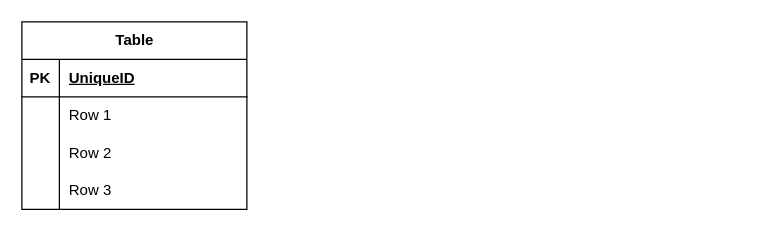
This is img/名称未設定ファイル.drawio from manato6/sample1, a draw.io file, before an edit. Source tidied: cells renumbered, new cells numbered last; positions are measured from the earlier drawing's top-left corner, leaving out a move shared by most shapes. Both pictures are drawn from the tidied source at 125%, with x=0, y=0 at pixel (21, 21).
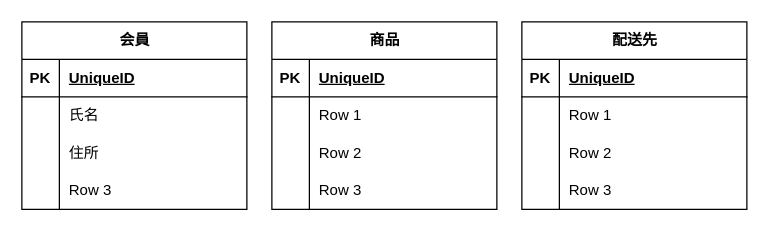
The same page after the edit.

Commit message:
名称未設定ファイル.drawio を更新します

Unchanged cells that the change refers to:
```xml
<mxCell id="6" style="shape=tableRow;horizontal=0;startSize=0;swimlaneHead=0;swimlaneBody=0;fillColor=none;top=0;left=0;right=0;bottom=0;" parent="2" vertex="1">
  <mxGeometry y="60" width="180" height="30" as="geometry" />
</mxCell>
<mxCell id="9" style="shape=tableRow;horizontal=0;startSize=0;swimlaneHead=0;swimlaneBody=0;fillColor=none;top=0;left=0;right=0;bottom=0;" parent="2" vertex="1">
  <mxGeometry y="90" width="180" height="30" as="geometry" />
</mxCell>
```

The edit, as a diff of the source:
```diff
@@
-    <mxCell id="2" value="Table" style="shape=table;startSize=30;childLayout=tableLayout;rowLines=0;fontStyle=1;align=center;html=1;" parent="1" vertex="1">
+    <mxCell id="2" value="会員" style="shape=table;startSize=30;childLayout=tableLayout;rowLines=0;fontStyle=1;align=center;html=1;" parent="1" vertex="1">
       <mxGeometry width="180" height="150" as="geometry" />
     </mxCell>
@@
-    <mxCell id="8" value="Row 1" style="shape=partialRectangle;fillColor=none;top=0;left=0;bottom=0;right=0;align=left;spacingLeft=6;overflow=hidden;whiteSpace=wrap;html=1;" parent="6" vertex="1">
+    <mxCell id="8" value="氏名" style="shape=partialRectangle;fillColor=none;top=0;left=0;bottom=0;right=0;align=left;spacingLeft=6;overflow=hidden;whiteSpace=wrap;html=1;" parent="6" vertex="1">
       <mxGeometry x="30" width="150" height="30" as="geometry" />
     </mxCell>
@@
-    <mxCell id="11" value="Row 2" style="shape=partialRectangle;fillColor=none;top=0;left=0;bottom=0;right=0;align=left;spacingLeft=6;overflow=hidden;whiteSpace=wrap;html=1;" parent="9" vertex="1">
+    <mxCell id="11" value="住所" style="shape=partialRectangle;fillColor=none;top=0;left=0;bottom=0;right=0;align=left;spacingLeft=6;overflow=hidden;whiteSpace=wrap;html=1;" parent="9" vertex="1">
       <mxGeometry x="30" width="150" height="30" as="geometry" />
     </mxCell>
@@
+    <mxCell id="15" value="商品" style="shape=table;startSize=30;childLayout=tableLayout;rowLines=0;fontStyle=1;align=center;html=1;" parent="1" vertex="1">
+      <mxGeometry x="200" width="180" height="150" as="geometry" />
+    </mxCell>
+    <mxCell id="16" style="shape=tableRow;horizontal=0;startSize=0;swimlaneHead=0;swimlaneBody=0;fillColor=none;top=0;left=0;right=0;bottom=1;" parent="15" vertex="1">
+      <mxGeometry y="30" width="180" height="30" as="geometry" />
+    </mxCell>
+    <mxCell id="17" value="PK" style="shape=partialRectangle;fillColor=none;top=0;left=0;bottom=0;right=0;fontStyle=1;overflow=hidden;whiteSpace=wrap;html=1;" parent="16" vertex="1">
+      <mxGeometry width="30" height="30" as="geometry" />
+    </mxCell>
+    <mxCell id="18" value="UniqueID" style="shape=partialRectangle;fillColor=none;top=0;left=0;bottom=0;right=0;align=left;spacingLeft=6;fontStyle=5;overflow=hidden;whiteSpace=wrap;html=1;" parent="16" vertex="1">
+      <mxGeometry x="30" width="150" height="30" as="geometry" />
+    </mxCell>
+    <mxCell id="19" style="shape=tableRow;horizontal=0;startSize=0;swimlaneHead=0;swimlaneBody=0;fillColor=none;top=0;left=0;right=0;bottom=0;" parent="15" vertex="1">
+      <mxGeometry y="60" width="180" height="30" as="geometry" />
+    </mxCell>
+    <mxCell id="20" style="shape=partialRectangle;fillColor=none;top=0;left=0;bottom=0;right=0;overflow=hidden;whiteSpace=wrap;html=1;" parent="19" vertex="1">
+      <mxGeometry width="30" height="30" as="geometry" />
+    </mxCell>
+    <mxCell id="21" value="Row 1" style="shape=partialRectangle;fillColor=none;top=0;left=0;bottom=0;right=0;align=left;spacingLeft=6;overflow=hidden;whiteSpace=wrap;html=1;" parent="19" vertex="1">
+      <mxGeometry x="30" width="150" height="30" as="geometry" />
+    </mxCell>
+    <mxCell id="22" style="shape=tableRow;horizontal=0;startSize=0;swimlaneHead=0;swimlaneBody=0;fillColor=none;top=0;left=0;right=0;bottom=0;" parent="15" vertex="1">
+      <mxGeometry y="90" width="180" height="30" as="geometry" />
+    </mxCell>
+    <mxCell id="23" style="shape=partialRectangle;fillColor=none;top=0;left=0;bottom=0;right=0;overflow=hidden;whiteSpace=wrap;html=1;" parent="22" vertex="1">
+      <mxGeometry width="30" height="30" as="geometry" />
+    </mxCell>
+    <mxCell id="24" value="Row 2" style="shape=partialRectangle;fillColor=none;top=0;left=0;bottom=0;right=0;align=left;spacingLeft=6;overflow=hidden;whiteSpace=wrap;html=1;" parent="22" vertex="1">
+      <mxGeometry x="30" width="150" height="30" as="geometry" />
+    </mxCell>
+    <mxCell id="25" style="shape=tableRow;horizontal=0;startSize=0;swimlaneHead=0;swimlaneBody=0;fillColor=none;top=0;left=0;right=0;bottom=0;" parent="15" vertex="1">
+      <mxGeometry y="120" width="180" height="30" as="geometry" />
+    </mxCell>
+    <mxCell id="26" style="shape=partialRectangle;fillColor=none;top=0;left=0;bottom=0;right=0;overflow=hidden;whiteSpace=wrap;html=1;" parent="25" vertex="1">
+      <mxGeometry width="30" height="30" as="geometry" />
+    </mxCell>
+    <mxCell id="27" value="Row 3" style="shape=partialRectangle;fillColor=none;top=0;left=0;bottom=0;right=0;align=left;spacingLeft=6;overflow=hidden;whiteSpace=wrap;html=1;" parent="25" vertex="1">
+      <mxGeometry x="30" width="150" height="30" as="geometry" />
+    </mxCell>
+    <mxCell id="28" value="配送先" style="shape=table;startSize=30;childLayout=tableLayout;rowLines=0;fontStyle=1;align=center;html=1;" parent="1" vertex="1">
+      <mxGeometry x="400" width="180" height="150" as="geometry" />
+    </mxCell>
+    <mxCell id="29" style="shape=tableRow;horizontal=0;startSize=0;swimlaneHead=0;swimlaneBody=0;fillColor=none;top=0;left=0;right=0;bottom=1;" parent="28" vertex="1">
+      <mxGeometry y="30" width="180" height="30" as="geometry" />
+    </mxCell>
+    <mxCell id="30" value="PK" style="shape=partialRectangle;fillColor=none;top=0;left=0;bottom=0;right=0;fontStyle=1;overflow=hidden;whiteSpace=wrap;html=1;" parent="29" vertex="1">
+      <mxGeometry width="30" height="30" as="geometry" />
+    </mxCell>
+    <mxCell id="31" value="UniqueID" style="shape=partialRectangle;fillColor=none;top=0;left=0;bottom=0;right=0;align=left;spacingLeft=6;fontStyle=5;overflow=hidden;whiteSpace=wrap;html=1;" parent="29" vertex="1">
+      <mxGeometry x="30" width="150" height="30" as="geometry" />
+    </mxCell>
+    <mxCell id="32" style="shape=tableRow;horizontal=0;startSize=0;swimlaneHead=0;swimlaneBody=0;fillColor=none;top=0;left=0;right=0;bottom=0;" parent="28" vertex="1">
+      <mxGeometry y="60" width="180" height="30" as="geometry" />
+    </mxCell>
+    <mxCell id="33" style="shape=partialRectangle;fillColor=none;top=0;left=0;bottom=0;right=0;overflow=hidden;whiteSpace=wrap;html=1;" parent="32" vertex="1">
+      <mxGeometry width="30" height="30" as="geometry" />
+    </mxCell>
+    <mxCell id="34" value="Row 1" style="shape=partialRectangle;fillColor=none;top=0;left=0;bottom=0;right=0;align=left;spacingLeft=6;overflow=hidden;whiteSpace=wrap;html=1;" parent="32" vertex="1">
+      <mxGeometry x="30" width="150" height="30" as="geometry" />
+    </mxCell>
+    <mxCell id="35" style="shape=tableRow;horizontal=0;startSize=0;swimlaneHead=0;swimlaneBody=0;fillColor=none;top=0;left=0;right=0;bottom=0;" parent="28" vertex="1">
+      <mxGeometry y="90" width="180" height="30" as="geometry" />
+    </mxCell>
+    <mxCell id="36" style="shape=partialRectangle;fillColor=none;top=0;left=0;bottom=0;right=0;overflow=hidden;whiteSpace=wrap;html=1;" parent="35" vertex="1">
+      <mxGeometry width="30" height="30" as="geometry" />
+    </mxCell>
+    <mxCell id="37" value="Row 2" style="shape=partialRectangle;fillColor=none;top=0;left=0;bottom=0;right=0;align=left;spacingLeft=6;overflow=hidden;whiteSpace=wrap;html=1;" parent="35" vertex="1">
+      <mxGeometry x="30" width="150" height="30" as="geometry" />
+    </mxCell>
+    <mxCell id="38" style="shape=tableRow;horizontal=0;startSize=0;swimlaneHead=0;swimlaneBody=0;fillColor=none;top=0;left=0;right=0;bottom=0;" parent="28" vertex="1">
+      <mxGeometry y="120" width="180" height="30" as="geometry" />
+    </mxCell>
+    <mxCell id="39" style="shape=partialRectangle;fillColor=none;top=0;left=0;bottom=0;right=0;overflow=hidden;whiteSpace=wrap;html=1;" parent="38" vertex="1">
+      <mxGeometry width="30" height="30" as="geometry" />
+    </mxCell>
+    <mxCell id="40" value="Row 3" style="shape=partialRectangle;fillColor=none;top=0;left=0;bottom=0;right=0;align=left;spacingLeft=6;overflow=hidden;whiteSpace=wrap;html=1;" parent="38" vertex="1">
+      <mxGeometry x="30" width="150" height="30" as="geometry" />
+    </mxCell>
```
